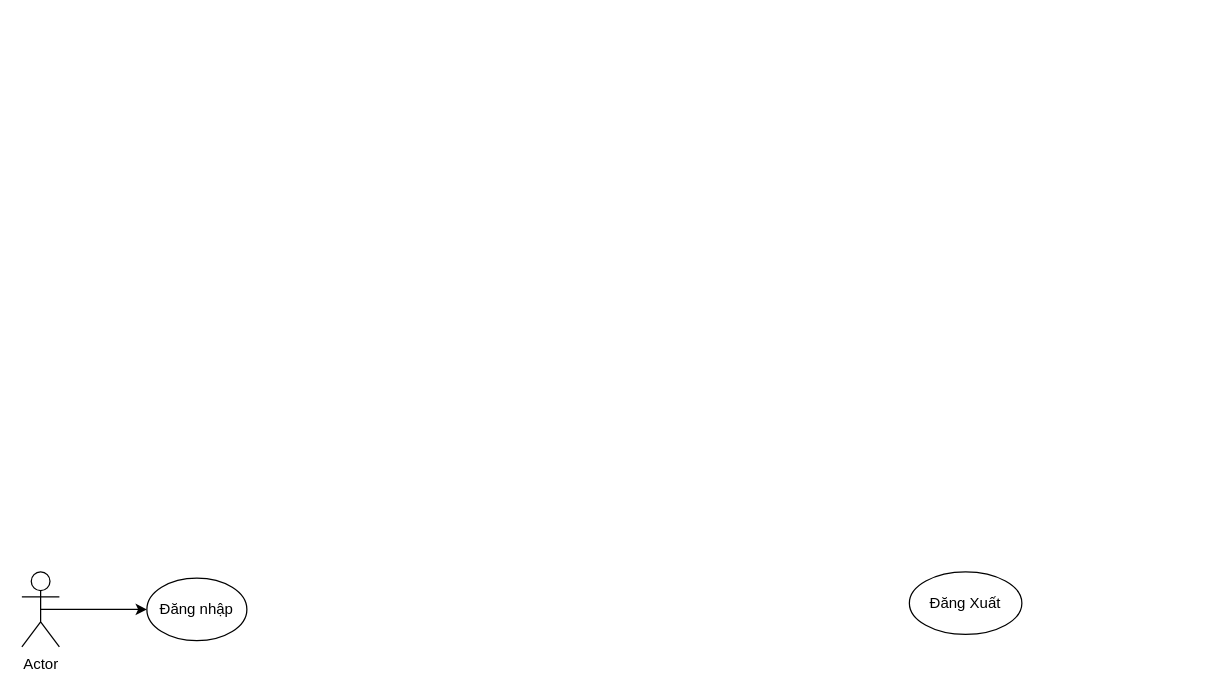
The draw.io diagram UseCase.drawio in maivantai2003/Database, before the edit. Source tidied: cells renumbered, new cells numbered last; positions are measured from the earlier drawing's top-left corner, leaving out a move shared by most shapes. Both pictures are drawn from the tidied source at 125%, with x=0, y=0 at pixel (21, 571).
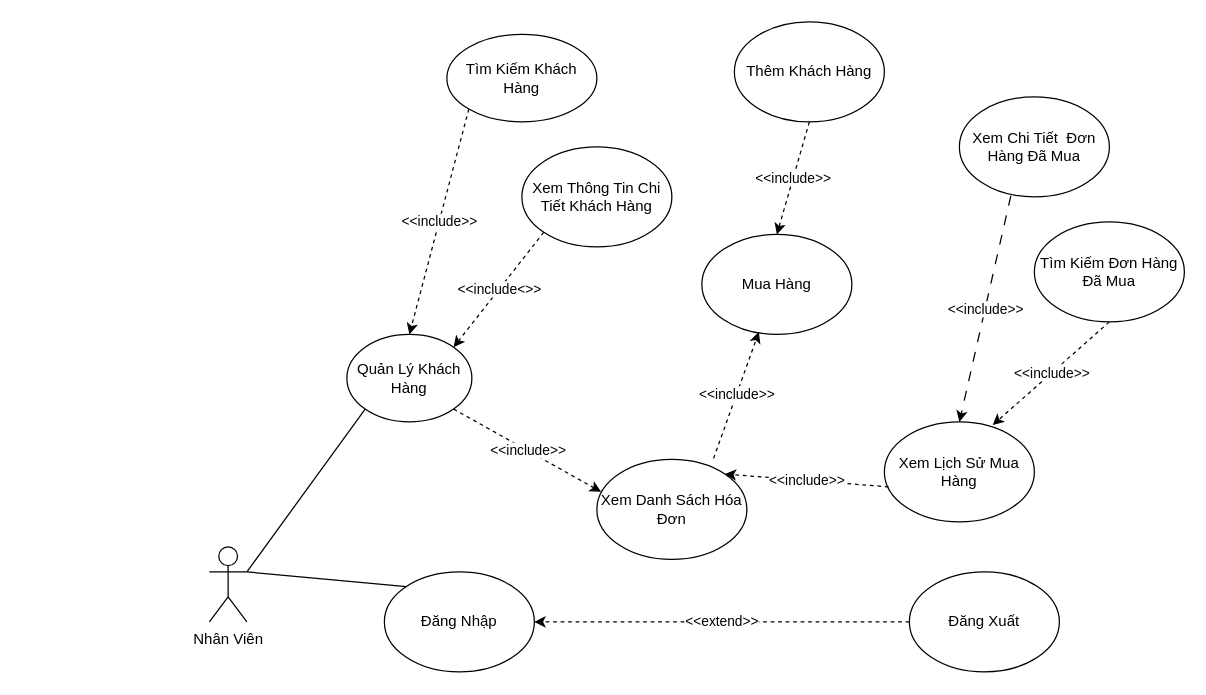
The same diagram, later.

Commit message:
Cập nhật UseCase.drawio

Diff of the diagram source:
```diff
@@
-    <mxCell id="2" style="edgeStyle=orthogonalEdgeStyle;rounded=0;jettySize=auto;html=1;exitX=0.5;exitY=0.5;exitDx=0;exitDy=0;exitPerimeter=0;entryX=0;entryY=0.5;entryDx=0;entryDy=0;" parent="1" edge="1" source="3" target="4">
-      <mxGeometry relative="1" as="geometry" />
-    </mxCell>
-    <mxCell id="3" value="Actor" style="shape=umlActor;verticalLabelPosition=bottom;verticalAlign=top;html=1;outlineConnect=0;" parent="1" vertex="1">
-      <mxGeometry width="30" height="60" as="geometry" />
-    </mxCell>
-    <mxCell id="4" value="Đăng nhập" style="ellipse;whiteSpace=wrap;html=1;" parent="1" vertex="1">
-      <mxGeometry x="100" y="5" width="80" height="50" as="geometry" />
-    </mxCell>
+    <mxCell id="6" value="Nhân Viên" style="shape=umlActor;verticalLabelPosition=bottom;verticalAlign=top;html=1;outlineConnect=0;" parent="1" vertex="1">
+      <mxGeometry x="150" y="-20" width="30" height="60" as="geometry" />
+    </mxCell>
+    <mxCell id="7" value="Quản Lý Khách Hàng" style="ellipse;whiteSpace=wrap;html=1;" parent="1" vertex="1">
+      <mxGeometry x="260" y="-190" width="100" height="70" as="geometry" />
+    </mxCell>
+    <mxCell id="8" value="Tìm Kiếm Khách Hàng" style="ellipse;whiteSpace=wrap;html=1;" parent="1" vertex="1">
+      <mxGeometry x="340" y="-430" width="120" height="70" as="geometry" />
+    </mxCell>
+    <mxCell id="9" value="Đăng Nhập" style="ellipse;whiteSpace=wrap;html=1;" parent="1" vertex="1">
+      <mxGeometry x="290" width="120" height="80" as="geometry" />
+    </mxCell>
+    <mxCell id="10" style="endArrow=none;html=1;rounded=0;exitX=1;exitY=0.3333333333333333;exitDx=0;exitDy=0;exitPerimeter=0;entryX=0;entryY=0;entryDx=0;entryDy=0;endFill=0;" parent="1" edge="1" source="6" target="9">
+      <mxGeometry relative="1" as="geometry" />
+    </mxCell>
     <mxCell id="5" value="Đăng Xuất" style="ellipse;whiteSpace=wrap;html=1;" parent="1" vertex="1">
-      <mxGeometry x="710" width="90" height="50" as="geometry" />
+      <mxGeometry x="710" width="120" height="80" as="geometry" />
     </mxCell>
+    <mxCell id="11" value="&amp;lt;&amp;lt;extend&amp;gt;&amp;gt;" style="endArrow=classic;html=1;rounded=0;exitX=0;exitY=0.5;exitDx=0;exitDy=0;entryX=1;entryY=0.5;entryDx=0;entryDy=0;dashed=1;" parent="1" edge="1" source="5" target="9">
+      <mxGeometry relative="1" as="geometry" />
+    </mxCell>
+    <mxCell id="12" style="endArrow=none;html=1;rounded=0;entryX=0;entryY=1;entryDx=0;entryDy=0;endFill=0;" parent="1" edge="1" target="7">
+      <mxGeometry relative="1" as="geometry">
+        <mxPoint x="180" as="sourcePoint" />
+      </mxGeometry>
+    </mxCell>
+    <mxCell id="13" value="Xem Thông Tin Chi Tiết Khách Hàng" style="ellipse;whiteSpace=wrap;html=1;" parent="1" vertex="1">
+      <mxGeometry x="400" y="-340" width="120" height="80" as="geometry" />
+    </mxCell>
+    <mxCell id="14" value="Xem Lịch Sử Mua Hàng" style="ellipse;whiteSpace=wrap;html=1;" parent="1" vertex="1">
+      <mxGeometry x="690" y="-120" width="120" height="80" as="geometry" />
+    </mxCell>
+    <mxCell id="15" value="Xem Chi Tiết&amp;nbsp; Đơn Hàng Đã Mua" style="ellipse;whiteSpace=wrap;html=1;" parent="1" vertex="1">
+      <mxGeometry x="750" y="-380" width="120" height="80" as="geometry" />
+    </mxCell>
+    <mxCell id="16" value="Xem Danh Sách Hóa Đơn" style="ellipse;whiteSpace=wrap;html=1;" parent="1" vertex="1">
+      <mxGeometry x="460" y="-90" width="120" height="80" as="geometry" />
+    </mxCell>
+    <mxCell id="17" value="&amp;lt;&amp;lt;include&amp;gt;&amp;gt;" style="endArrow=classic;html=1;rounded=0;exitX=1;exitY=1;exitDx=0;exitDy=0;entryX=0.028;entryY=0.324;entryDx=0;entryDy=0;entryPerimeter=0;dashed=1;" parent="1" edge="1" source="7" target="16">
+      <mxGeometry relative="1" as="geometry" />
+    </mxCell>
+    <mxCell id="18" value="&amp;lt;&amp;lt;include&amp;lt;&amp;gt;&amp;gt;" style="endArrow=classic;html=1;rounded=0;exitX=0;exitY=1;exitDx=0;exitDy=0;entryX=1;entryY=0;entryDx=0;entryDy=0;dashed=1;" parent="1" edge="1" source="13" target="7">
+      <mxGeometry relative="1" as="geometry" />
+    </mxCell>
+    <mxCell id="19" value="&amp;lt;&amp;lt;include&amp;gt;&amp;gt;" style="endArrow=classic;html=1;rounded=0;entryX=1;entryY=0;entryDx=0;entryDy=0;exitX=0.028;exitY=0.65;exitDx=0;exitDy=0;exitPerimeter=0;dashed=1;" parent="1" edge="1" source="14" target="16">
+      <mxGeometry relative="1" as="geometry" />
+    </mxCell>
+    <mxCell id="20" value="&amp;lt;&amp;lt;include&amp;gt;&amp;gt;" style="endArrow=classic;html=1;rounded=0;exitX=0.343;exitY=0.99;exitDx=0;exitDy=0;exitPerimeter=0;entryX=0.5;entryY=0;entryDx=0;entryDy=0;dashed=1;dashPattern=8 8;" parent="1" edge="1" source="15" target="14">
+      <mxGeometry relative="1" as="geometry" />
+    </mxCell>
+    <mxCell id="21" value="&amp;lt;&amp;lt;include&amp;gt;&amp;gt;" style="endArrow=classic;html=1;rounded=0;exitX=0;exitY=1;exitDx=0;exitDy=0;entryX=0.5;entryY=0;entryDx=0;entryDy=0;dashed=1;" parent="1" edge="1" source="8" target="7">
+      <mxGeometry relative="1" as="geometry" />
+    </mxCell>
+    <mxCell id="22" value="Tìm Kiếm Đơn Hàng Đã Mua" style="ellipse;whiteSpace=wrap;html=1;" parent="1" vertex="1">
+      <mxGeometry x="810" y="-280" width="120" height="80" as="geometry" />
+    </mxCell>
+    <mxCell id="23" value="&amp;lt;&amp;lt;include&amp;gt;&amp;gt;" style="endArrow=classic;html=1;rounded=0;exitX=0.5;exitY=1;exitDx=0;exitDy=0;entryX=0.722;entryY=0.032;entryDx=0;entryDy=0;entryPerimeter=0;dashed=1;" parent="1" edge="1" source="22" target="14">
+      <mxGeometry relative="1" as="geometry" />
+    </mxCell>
+    <mxCell id="24" value="Mua Hàng" style="ellipse;whiteSpace=wrap;html=1;" parent="1" vertex="1">
+      <mxGeometry x="544" y="-270" width="120" height="80" as="geometry" />
+    </mxCell>
+    <mxCell id="25" value="&amp;lt;&amp;lt;include&amp;gt;&amp;gt;" style="endArrow=classic;html=1;rounded=0;entryX=0.38;entryY=0.976;entryDx=0;entryDy=0;entryPerimeter=0;dashed=1;exitX=0.778;exitY=-0.01;exitDx=0;exitDy=0;exitPerimeter=0;" parent="1" edge="1" source="16" target="24">
+      <mxGeometry relative="1" as="geometry" />
+    </mxCell>
+    <mxCell id="26" value="Thêm Khách Hàng" style="ellipse;whiteSpace=wrap;html=1;" parent="1" vertex="1">
+      <mxGeometry x="570" y="-440" width="120" height="80" as="geometry" />
+    </mxCell>
+    <mxCell id="27" value="&amp;lt;&amp;lt;include&amp;gt;&amp;gt;" style="endArrow=classic;html=1;rounded=0;exitX=0.5;exitY=1;exitDx=0;exitDy=0;entryX=0.5;entryY=0;entryDx=0;entryDy=0;dashed=1;" parent="1" edge="1" source="26" target="24">
+      <mxGeometry relative="1" as="geometry" />
+    </mxCell>
```
